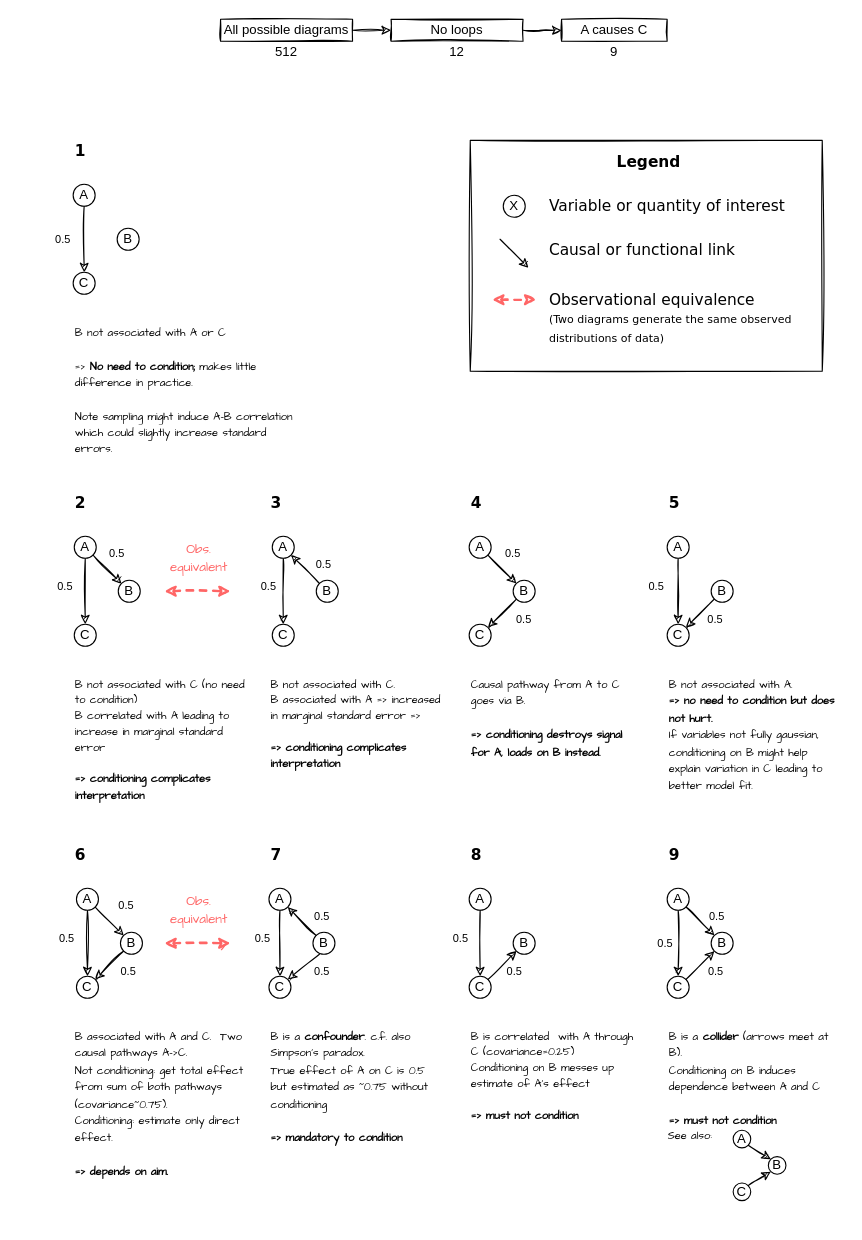
Earlier version of the draw.io diagram 2_Statistical_modelling_I:Introduction/practicals/linear_regression/causal/solutions/Causal diagrams annotated.drawio (whg-training/statistics-course). Source tidied: cells renumbered, new cells numbered last; positions are measured from the earlier drawing's top-left corner, leaving out a move shared by most shapes. Both pictures are drawn from the tidied source at 110%, with x=0, y=0 at pixel (41, 19).
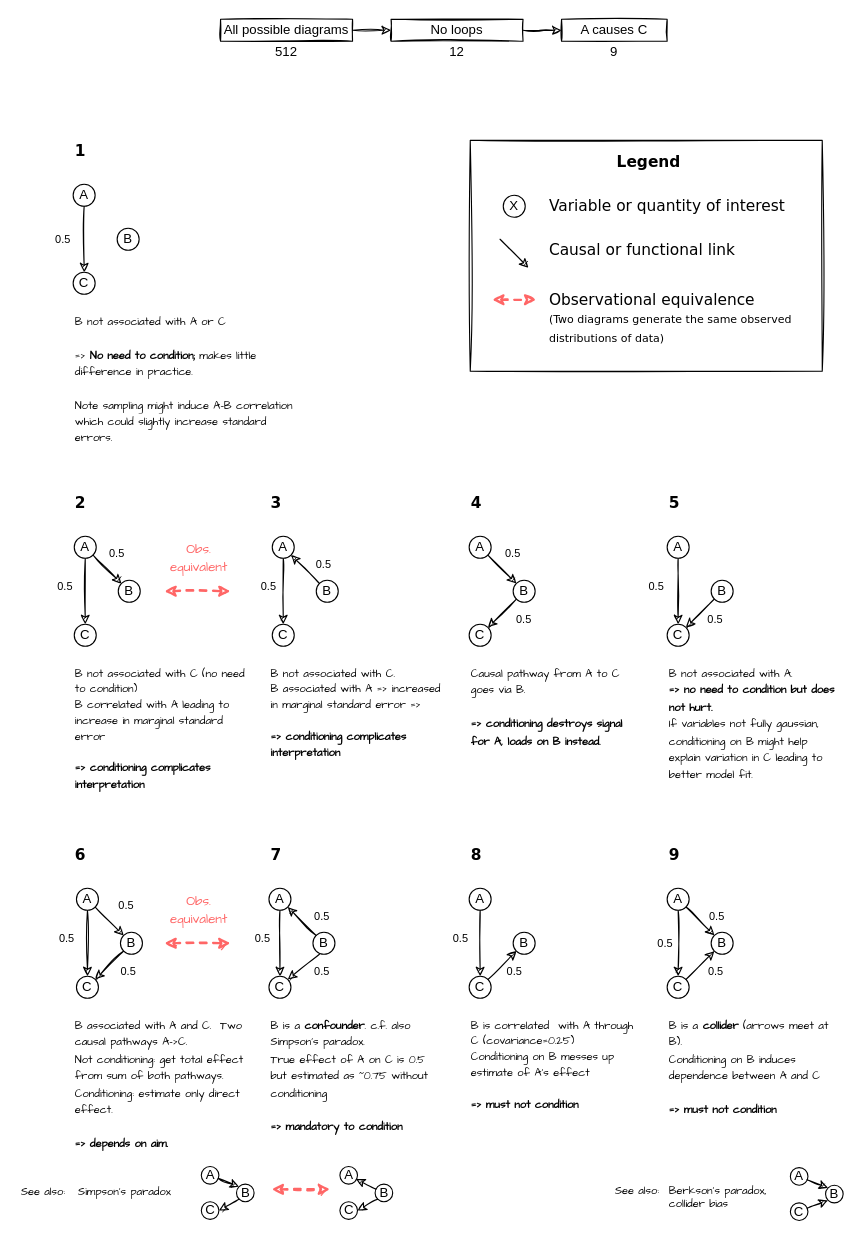
The same page after the edit.

Commit message (it also covers changes not shown here):
Added "See also" line detail and these models to script

What changed in the source:
```diff
@@
     <mxCell id="44" value="&lt;font face=&quot;Comic Sans MS&quot;&gt;&lt;font style=&quot;font-size: 10px&quot;&gt;B not associated with A or C&lt;br&gt;&lt;br&gt;=&amp;gt;&amp;nbsp;&lt;b&gt;No need to condition;&amp;nbsp;&lt;/b&gt;makes little &lt;br&gt;difference in practice.&lt;br&gt;&lt;br&gt;&lt;/font&gt;&lt;/font&gt;&lt;span style=&quot;font-family: &amp;#34;comic sans ms&amp;#34; ; font-size: 10px ; background-color: rgb(255 , 255 , 255)&quot;&gt;Note sampling might induce A-B correlation which could slightly increase standard errors.&lt;/span&gt;&lt;font face=&quot;Comic Sans MS&quot;&gt;&lt;br&gt;&lt;/font&gt;" style="text;html=1;strokeColor=none;fillColor=none;align=left;verticalAlign=top;whiteSpace=wrap;rounded=0;sketch=1;" parent="1" vertex="1">
-      <mxGeometry x="29" y="270" width="210" height="40" as="geometry" />
+      <mxGeometry x="29" y="260" width="210" height="140" as="geometry" />
     </mxCell>
@@
     <mxCell id="46" value="&lt;font face=&quot;Comic Sans MS&quot; size=&quot;1&quot;&gt;B&amp;nbsp;not associated with C (no need to condition)&lt;/font&gt;&lt;font face=&quot;Comic Sans MS&quot; style=&quot;font-size: 10px&quot;&gt;&lt;br&gt;B correlated with A&amp;nbsp;leading to increase in marginal standard error&lt;br&gt;&lt;br&gt;&lt;b&gt;=&amp;gt; conditioning complicates interpretation&amp;nbsp;&lt;/b&gt;&lt;br&gt;&lt;/font&gt;" style="text;html=1;strokeColor=none;fillColor=none;align=left;verticalAlign=top;whiteSpace=wrap;rounded=0;sketch=1;" parent="1" vertex="1">
-      <mxGeometry x="29" y="590" width="160" height="90" as="geometry" />
+      <mxGeometry x="29" y="580" width="160" height="130" as="geometry" />
     </mxCell>
@@
     <mxCell id="53" value="&lt;font face=&quot;Comic Sans MS&quot; style=&quot;font-size: 10px&quot;&gt;B not associated with C.&lt;br&gt;B associated with A =&amp;gt;&amp;nbsp;increased in marginal standard error =&amp;gt; &lt;br&gt;&lt;br&gt;&lt;b&gt;=&amp;gt; conditioning complicates interpretation&amp;nbsp;&lt;/b&gt;&lt;br&gt;&lt;/font&gt;" style="text;html=1;strokeColor=none;fillColor=none;align=left;verticalAlign=top;whiteSpace=wrap;rounded=0;sketch=1;" parent="1" vertex="1">
-      <mxGeometry x="207" y="590" width="162" height="100" as="geometry" />
+      <mxGeometry x="207" y="580" width="162" height="100" as="geometry" />
     </mxCell>
@@
     <mxCell id="70" value="&lt;font face=&quot;Comic Sans MS&quot;&gt;&lt;font size=&quot;1&quot;&gt;B not associated with A.&lt;/font&gt;&lt;br&gt;&lt;b&gt;&lt;font size=&quot;1&quot;&gt;=&amp;gt; no need to condition but does not hurt.&lt;/font&gt;&lt;br&gt;&lt;/b&gt;&lt;font size=&quot;1&quot;&gt;If variables not fully gaussian, conditioning on B might&amp;nbsp;help explain variation in C leading to better model fit.&lt;/font&gt;&lt;br&gt;&lt;/font&gt;" style="text;html=1;strokeColor=none;fillColor=none;align=left;verticalAlign=top;whiteSpace=wrap;rounded=0;sketch=1;" parent="1" vertex="1">
-      <mxGeometry x="569" y="590" width="160" height="120" as="geometry" />
+      <mxGeometry x="569" y="580" width="160" height="120" as="geometry" />
     </mxCell>
     <mxCell id="71" value="&lt;font face=&quot;Comic Sans MS&quot;&gt;&lt;font size=&quot;1&quot;&gt;Causal pathway from A to C goes via B.&lt;/font&gt;&lt;br&gt;&lt;b&gt;&lt;font size=&quot;1&quot;&gt;&lt;br&gt;=&amp;gt; &lt;/font&gt;&lt;span style=&quot;font-size: 10px&quot;&gt;conditioning destroys signal for A, l&lt;/span&gt;&lt;font size=&quot;1&quot;&gt;oads on B&amp;nbsp;instead.&lt;/font&gt;&lt;/b&gt;&lt;br&gt;&lt;/font&gt;" style="text;html=1;strokeColor=none;fillColor=none;align=left;verticalAlign=top;whiteSpace=wrap;rounded=0;sketch=1;fontStyle=0;" parent="1" vertex="1">
-      <mxGeometry x="389" y="590" width="160" height="80" as="geometry" />
+      <mxGeometry x="389" y="580" width="160" height="80" as="geometry" />
     </mxCell>
-    <mxCell id="72" value="&lt;font face=&quot;Comic Sans MS&quot;&gt;&lt;font size=&quot;1&quot;&gt;B associated with A and C. &amp;nbsp;Two causal pathways A-&amp;gt;C.&lt;/font&gt;&lt;br&gt;&lt;font size=&quot;1&quot;&gt;Not conditioning: get total effect from sum of both pathways (covariance~0.75).&lt;br&gt;Conditioning: estimate only direct effect.&lt;br&gt;&lt;/font&gt;&lt;b&gt;&lt;font style=&quot;font-size: 10px&quot;&gt;&lt;br&gt;=&amp;gt; depends on aim.&lt;/font&gt;&lt;/b&gt;&lt;br&gt;&lt;/font&gt;" style="text;html=1;strokeColor=none;fillColor=none;align=left;verticalAlign=top;whiteSpace=wrap;rounded=0;sketch=1;" parent="1" vertex="1">
-      <mxGeometry x="29" y="910" width="160" height="130" as="geometry" />
+    <mxCell id="72" value="&lt;font face=&quot;Comic Sans MS&quot;&gt;&lt;font size=&quot;1&quot;&gt;B associated with A and C. &amp;nbsp;Two causal pathways A-&amp;gt;C.&lt;/font&gt;&lt;br&gt;&lt;font size=&quot;1&quot;&gt;Not conditioning: get total effect from sum of both pathways.&amp;nbsp; Conditioning: estimate only direct effect.&lt;br&gt;&lt;/font&gt;&lt;b&gt;&lt;font style=&quot;font-size: 10px&quot;&gt;&lt;br&gt;=&amp;gt; depends on aim.&lt;/font&gt;&lt;/b&gt;&lt;br&gt;&lt;/font&gt;" style="text;html=1;strokeColor=none;fillColor=none;align=left;verticalAlign=top;whiteSpace=wrap;rounded=0;sketch=1;" parent="1" vertex="1">
+      <mxGeometry x="29" y="900" width="160" height="130" as="geometry" />
     </mxCell>
@@
     <mxCell id="76" value="&lt;font face=&quot;Comic Sans MS&quot;&gt;&lt;font size=&quot;1&quot;&gt;B is a &lt;b&gt;confounder&lt;/b&gt;.&amp;nbsp;c.f. also Simpson's&amp;nbsp;paradox.&lt;br&gt;True effect of A on C is 0.5 but estimated as ~0.75 without conditioning&lt;br&gt;&lt;b&gt;&lt;br&gt;=&amp;gt; mandatory to condition&lt;/b&gt;&lt;/font&gt;&lt;br&gt;&lt;/font&gt;" style="text;html=1;strokeColor=none;fillColor=none;align=left;verticalAlign=top;whiteSpace=wrap;rounded=0;sketch=1;" parent="1" vertex="1">
-      <mxGeometry x="207" y="910" width="160" height="110" as="geometry" />
+      <mxGeometry x="207" y="900" width="160" height="110" as="geometry" />
     </mxCell>
@@
     <mxCell id="80" value="&lt;font face=&quot;Comic Sans MS&quot;&gt;&lt;font size=&quot;1&quot;&gt;B is a &lt;b&gt;collider &lt;/b&gt;(arrows meet at B).&lt;br&gt;Conditioning on B induces dependence between A and C&lt;br&gt;&lt;/font&gt;&lt;/font&gt;&lt;b style=&quot;font-family: &amp;#34;comic sans ms&amp;#34;&quot;&gt;&lt;font style=&quot;font-size: 10px&quot;&gt;&lt;br&gt;=&amp;gt; must not condition&lt;/font&gt;&lt;/b&gt;&lt;font face=&quot;Comic Sans MS&quot;&gt;&lt;br&gt;&lt;/font&gt;" style="text;html=1;strokeColor=none;fillColor=none;align=left;verticalAlign=top;whiteSpace=wrap;rounded=0;sketch=1;" parent="1" vertex="1">
-      <mxGeometry x="569" y="910" width="160" height="90" as="geometry" />
+      <mxGeometry x="569" y="900" width="160" height="90" as="geometry" />
     </mxCell>
     <mxCell id="81" value="&lt;font face=&quot;Comic Sans MS&quot; style=&quot;font-size: 10px&quot;&gt;&lt;font style=&quot;font-size: 10px&quot;&gt;B is correlated &amp;nbsp;with A through C (covariance=0.25)&lt;br&gt;Conditioning on B messes up estimate of A's effect&lt;br&gt;&lt;b&gt;&lt;br&gt;=&amp;gt; must not condition&lt;/b&gt;&lt;br&gt;&lt;/font&gt;&lt;br&gt;&lt;/font&gt;" style="text;html=1;strokeColor=none;fillColor=none;align=left;verticalAlign=top;whiteSpace=wrap;rounded=0;sketch=1;" parent="1" vertex="1">
-      <mxGeometry x="389" y="910" width="160" height="110" as="geometry" />
+      <mxGeometry x="389" y="900" width="160" height="110" as="geometry" />
     </mxCell>
@@
+    <mxCell id="116" value="&lt;font face=&quot;Comic Sans MS&quot;&gt;&lt;font size=&quot;1&quot;&gt;&lt;span&gt;See also:&lt;/span&gt;&lt;/font&gt;&lt;br&gt;&lt;/font&gt;" style="text;html=1;strokeColor=none;fillColor=none;align=left;verticalAlign=top;whiteSpace=wrap;rounded=0;sketch=1;fontStyle=0;" parent="1" vertex="1">
+      <mxGeometry x="-20" y="1051" width="60" height="25" as="geometry" />
+    </mxCell>
     <mxCell id="109" value="A" style="ellipse;whiteSpace=wrap;html=1;" parent="1" vertex="1">
-      <mxGeometry x="629" y="1010" width="16" height="16" as="geometry" />
+      <mxGeometry x="681" y="1044" width="16" height="16" as="geometry" />
     </mxCell>
     <mxCell id="110" value="B" style="ellipse;whiteSpace=wrap;html=1;" parent="1" vertex="1">
-      <mxGeometry x="661" y="1034" width="16" height="16" as="geometry" />
+      <mxGeometry x="713" y="1060" width="16" height="16" as="geometry" />
     </mxCell>
     <mxCell id="111" value="C" style="ellipse;whiteSpace=wrap;html=1;" parent="1" vertex="1">
-      <mxGeometry x="629" y="1058" width="16" height="16" as="geometry" />
+      <mxGeometry x="681" y="1076" width="16" height="16" as="geometry" />
     </mxCell>
-    <mxCell id="112" style="endArrow=classic;html=1;exitX=1;exitY=1;exitDx=0;exitDy=0;sketch=1;entryX=0;entryY=0;entryDx=0;entryDy=0;" parent="1" edge="1" source="109" target="110">
-      <mxGeometry x="671" y="1052" as="geometry" />
+    <mxCell id="112" style="endArrow=classic;html=1;exitX=0.938;exitY=0.688;exitDx=0;exitDy=0;sketch=1;entryX=0;entryY=0;entryDx=0;entryDy=0;exitPerimeter=0;" parent="1" edge="1" source="109" target="110">
+      <mxGeometry x="723" y="1078" as="geometry" />
     </mxCell>
-    <mxCell id="113" style="endArrow=classic;html=1;sketch=1;entryX=0;entryY=1;entryDx=0;entryDy=0;exitX=1;exitY=0;exitDx=0;exitDy=0;" parent="1" edge="1" source="111" target="110">
-      <mxGeometry x="671" y="1052" as="geometry" />
+    <mxCell id="113" style="endArrow=classic;html=1;sketch=1;entryX=0;entryY=1;entryDx=0;entryDy=0;exitX=0.958;exitY=0.313;exitDx=0;exitDy=0;exitPerimeter=0;" parent="1" edge="1" source="111" target="110">
+      <mxGeometry x="723" y="1078" as="geometry" />
     </mxCell>
-    <mxCell id="114" value="&lt;font face=&quot;Comic Sans MS&quot;&gt;&lt;font size=&quot;1&quot;&gt;See also:&lt;/font&gt;&lt;br&gt;&lt;/font&gt;" style="text;html=1;strokeColor=none;fillColor=none;align=left;verticalAlign=top;whiteSpace=wrap;rounded=0;sketch=1;" parent="1" vertex="1">
-      <mxGeometry x="568" y="1000" width="160" height="25" as="geometry" />
-    </mxCell>
     <mxCell id="115" style="edgeStyle=orthogonalEdgeStyle;rounded=0;sketch=1;orthogonalLoop=1;jettySize=auto;html=1;exitX=0.5;exitY=1;exitDx=0;exitDy=0;" parent="1" edge="1">
-      <mxGeometry relative="1" as="geometry">
-        <mxPoint x="637" y="1017" as="sourcePoint" />
-        <mxPoint x="637" y="1017" as="targetPoint" />
+      <mxGeometry x="110.5" y="1090" as="geometry">
+        <mxPoint x="689" y="1043" as="sourcePoint" />
+        <mxPoint x="689" y="1043" as="targetPoint" />
       </mxGeometry>
     </mxCell>
+    <mxCell id="117" value="A" style="ellipse;whiteSpace=wrap;html=1;" parent="1" vertex="1">
+      <mxGeometry x="145.5" y="1043" width="16" height="16" as="geometry" />
+    </mxCell>
+    <mxCell id="118" value="B" style="ellipse;whiteSpace=wrap;html=1;" parent="1" vertex="1">
+      <mxGeometry x="177.5" y="1059" width="16" height="16" as="geometry" />
+    </mxCell>
+    <mxCell id="119" value="C" style="ellipse;whiteSpace=wrap;html=1;" parent="1" vertex="1">
+      <mxGeometry x="145.5" y="1075" width="16" height="16" as="geometry" />
+    </mxCell>
+    <mxCell id="120" style="endArrow=classic;html=1;exitX=0.958;exitY=0.667;exitDx=0;exitDy=0;sketch=1;entryX=0;entryY=0;entryDx=0;entryDy=0;exitPerimeter=0;" parent="1" edge="1" source="117" target="118">
+      <mxGeometry x="187.5" y="1077" as="geometry" />
+    </mxCell>
+    <mxCell id="121" style="endArrow=classic;html=1;sketch=1;exitX=0;exitY=1;exitDx=0;exitDy=0;entryX=1;entryY=0.5;entryDx=0;entryDy=0;" parent="1" edge="1" source="118" target="119">
+      <mxGeometry x="187.5" y="1077" as="geometry" />
+    </mxCell>
+    <mxCell id="122" style="edgeStyle=orthogonalEdgeStyle;rounded=0;sketch=1;orthogonalLoop=1;jettySize=auto;html=1;exitX=0.5;exitY=1;exitDx=0;exitDy=0;" parent="1" edge="1">
+      <mxGeometry x="91.5" y="1090" as="geometry">
+        <mxPoint x="153.5" y="1042" as="sourcePoint" />
+        <mxPoint x="153.5" y="1042" as="targetPoint" />
+      </mxGeometry>
+    </mxCell>
+    <mxCell id="123" value="A" style="ellipse;whiteSpace=wrap;html=1;" parent="1" vertex="1">
+      <mxGeometry x="271.5" y="1043" width="16" height="16" as="geometry" />
+    </mxCell>
+    <mxCell id="124" value="B" style="ellipse;whiteSpace=wrap;html=1;" parent="1" vertex="1">
+      <mxGeometry x="303.5" y="1059" width="16" height="16" as="geometry" />
+    </mxCell>
+    <mxCell id="125" value="C" style="ellipse;whiteSpace=wrap;html=1;" parent="1" vertex="1">
+      <mxGeometry x="271.5" y="1075" width="16" height="16" as="geometry" />
+    </mxCell>
+    <mxCell id="126" style="endArrow=classic;html=1;sketch=1;entryX=0.917;entryY=0.708;entryDx=0;entryDy=0;entryPerimeter=0;" parent="1" edge="1" source="124" target="123">
+      <mxGeometry x="313.5" y="1077" as="geometry" />
+    </mxCell>
+    <mxCell id="127" style="endArrow=classic;html=1;sketch=1;exitX=0;exitY=1;exitDx=0;exitDy=0;entryX=1;entryY=0.5;entryDx=0;entryDy=0;" parent="1" edge="1" source="124" target="125">
+      <mxGeometry x="313.5" y="1077" as="geometry" />
+    </mxCell>
+    <mxCell id="128" style="edgeStyle=orthogonalEdgeStyle;rounded=0;sketch=1;orthogonalLoop=1;jettySize=auto;html=1;exitX=0.5;exitY=1;exitDx=0;exitDy=0;" parent="1" edge="1">
+      <mxGeometry x="91.5" y="1090" as="geometry">
+        <mxPoint x="278.2" y="1040" as="sourcePoint" />
+        <mxPoint x="278.2" y="1040" as="targetPoint" />
+      </mxGeometry>
+    </mxCell>
+    <mxCell id="129" style="endArrow=classic;startArrow=classic;html=1;fontFamily=Verdana;fontSize=14;strokeColor=#FF6666;sketch=1;dashed=1;strokeWidth=2;" parent="1" edge="1">
+      <mxGeometry x="91.5" y="1090" as="geometry">
+        <mxPoint x="209.5" y="1063.7" as="sourcePoint" />
+        <mxPoint x="262.5" y="1063.7" as="targetPoint" />
+      </mxGeometry>
+    </mxCell>
+    <mxCell id="130" value="Simpson's paradox" style="text;html=1;strokeColor=none;fillColor=none;align=left;verticalAlign=middle;whiteSpace=wrap;rounded=0;fontFamily=Comic Sans MS;fontSize=10;" parent="1" vertex="1">
+      <mxGeometry x="31.5" y="1055" width="100" height="20" as="geometry" />
+    </mxCell>
+    <mxCell id="131" value="&lt;font face=&quot;Comic Sans MS&quot;&gt;&lt;font size=&quot;1&quot;&gt;&lt;span&gt;See also:&lt;/span&gt;&lt;/font&gt;&lt;br&gt;&lt;/font&gt;" style="text;html=1;strokeColor=none;fillColor=none;align=left;verticalAlign=top;whiteSpace=wrap;rounded=0;sketch=1;fontStyle=0;" parent="1" vertex="1">
+      <mxGeometry x="520" y="1050" width="60" height="25" as="geometry" />
+    </mxCell>
+    <mxCell id="132" value="Berkson's paradox,&lt;br&gt;collider bias" style="text;html=1;strokeColor=none;fillColor=none;align=left;verticalAlign=middle;whiteSpace=wrap;rounded=0;fontFamily=Comic Sans MS;fontSize=10;" parent="1" vertex="1">
+      <mxGeometry x="569" y="1060" width="100" height="20" as="geometry" />
+    </mxCell>
```
